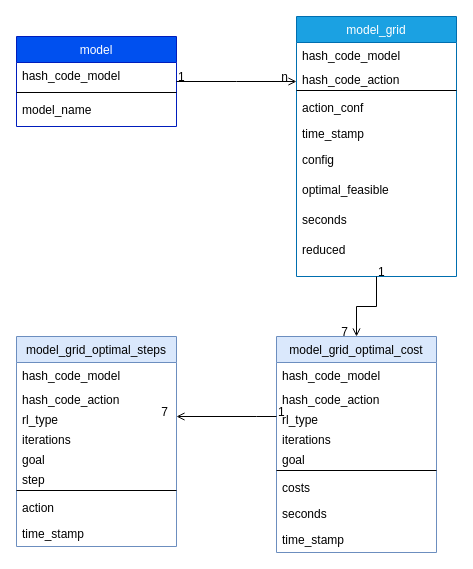
Before: Datenmodell.drawio in MatthiasWikenheiser/goal_recognition, a draw.io diagram. Source tidied: cells renumbered, new cells numbered last; positions are measured from the earlier drawing's top-left corner, leaving out a move shared by most shapes. Both pictures are drawn from the tidied source at 100%, with x=0, y=0 at pixel (16, 16).
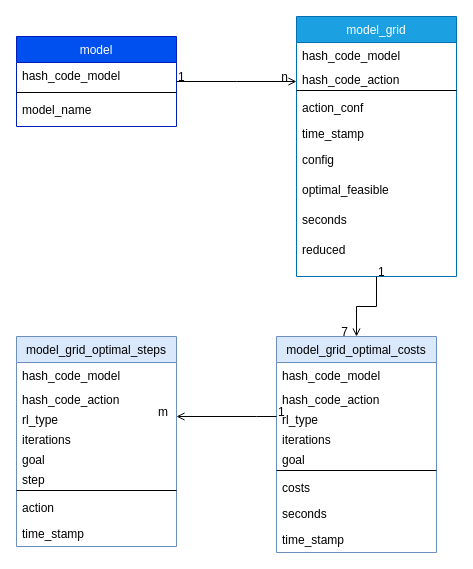
After the change.

The change refers to these unchanged cells:
```xml
<mxCell id="42" style="endArrow=open;shadow=0;strokeWidth=1;rounded=0;endFill=1;edgeStyle=elbowEdgeStyle;elbow=vertical;entryX=1;entryY=0.5;entryDx=0;entryDy=0;exitX=0;exitY=0.5;exitDx=0;exitDy=0;" parent="1" edge="1" source="22" target="35">
  <mxGeometry x="0.5" y="41" relative="1" as="geometry">
    <Array as="points">
      <mxPoint x="240" y="400" />
      <mxPoint x="400" y="407" />
    </Array>
    <mxPoint x="-40" y="32" as="offset" />
  </mxGeometry>
</mxCell>
```

Diff of the diagram source:
```diff
@@
-    <mxCell id="19" value="model_grid_optimal_cost&#10;" style="swimlane;fontStyle=0;align=center;verticalAlign=top;horizontal=1;startSize=26;rounded=0;shadow=0;strokeWidth=1;fillColor=#dae8fc;strokeColor=#6c8ebf;" parent="1" vertex="1">
+    <mxCell id="19" value="model_grid_optimal_costs&#10;" style="swimlane;fontStyle=0;align=center;verticalAlign=top;horizontal=1;startSize=26;rounded=0;shadow=0;strokeWidth=1;fillColor=#dae8fc;strokeColor=#6c8ebf;" parent="1" vertex="1">
       <mxGeometry x="260" y="320" width="160" height="216" as="geometry" />
     </mxCell>
@@
-    <mxCell id="44" value="7" style="align=right;verticalAlign=bottom;labelBackgroundColor=none;fontSize=12;" parent="42" vertex="1">
+    <mxCell id="44" value="m" style="align=right;verticalAlign=bottom;labelBackgroundColor=none;fontSize=12;" parent="42" vertex="1">
       <mxGeometry x="1" relative="1" as="geometry">
         <mxPoint x="-7" y="4" as="offset" />
       </mxGeometry>
     </mxCell>
```
